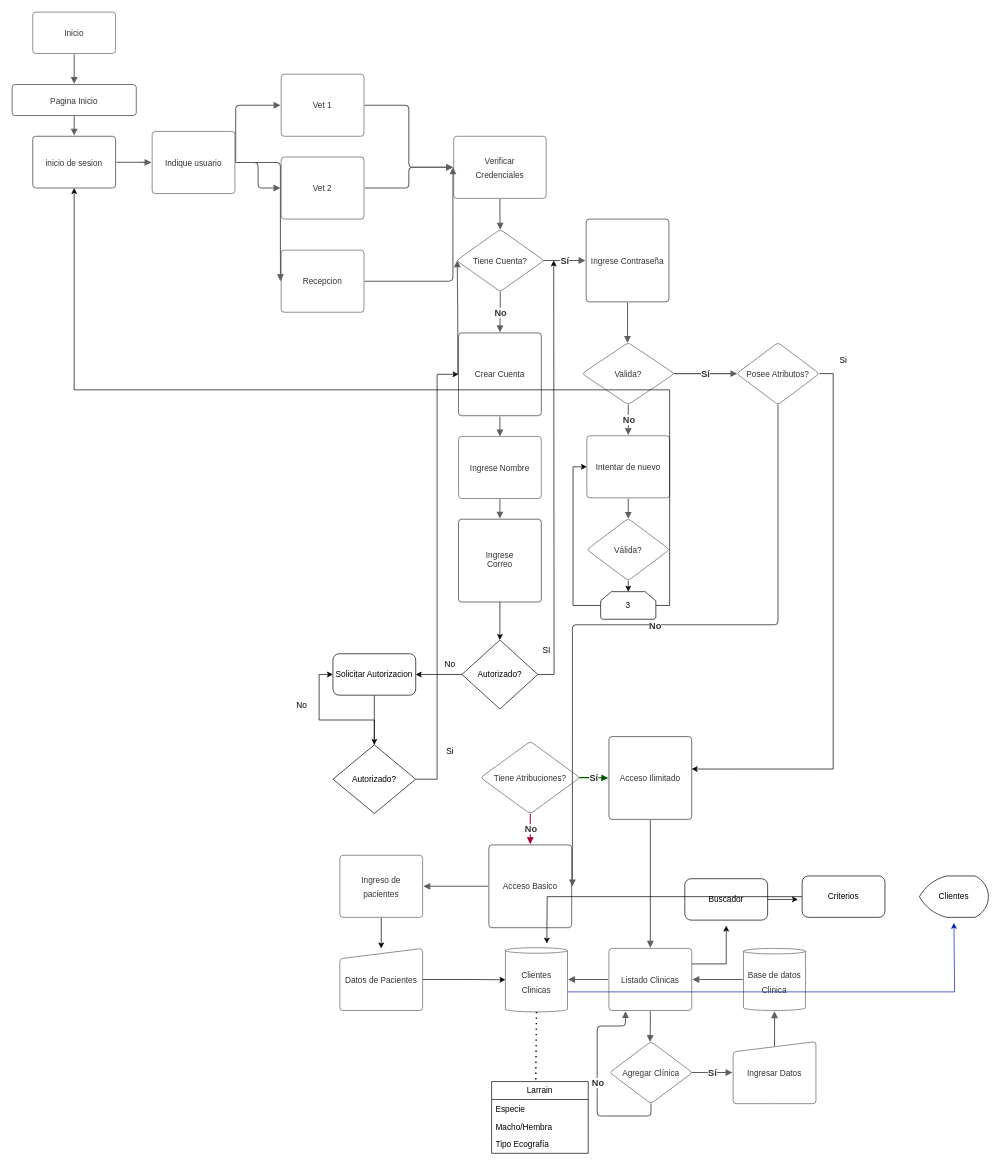
Earlier version of the draw.io diagram Diagrama sin título.drawio (MauroCCampos/Petsitter-Spa). Source tidied: cells renumbered, new cells numbered last; positions are measured from the earlier drawing's top-left corner, leaving out a move shared by most shapes. Both pictures are drawn from the tidied source at 69%, with x=0, y=0 at pixel (12, 12).
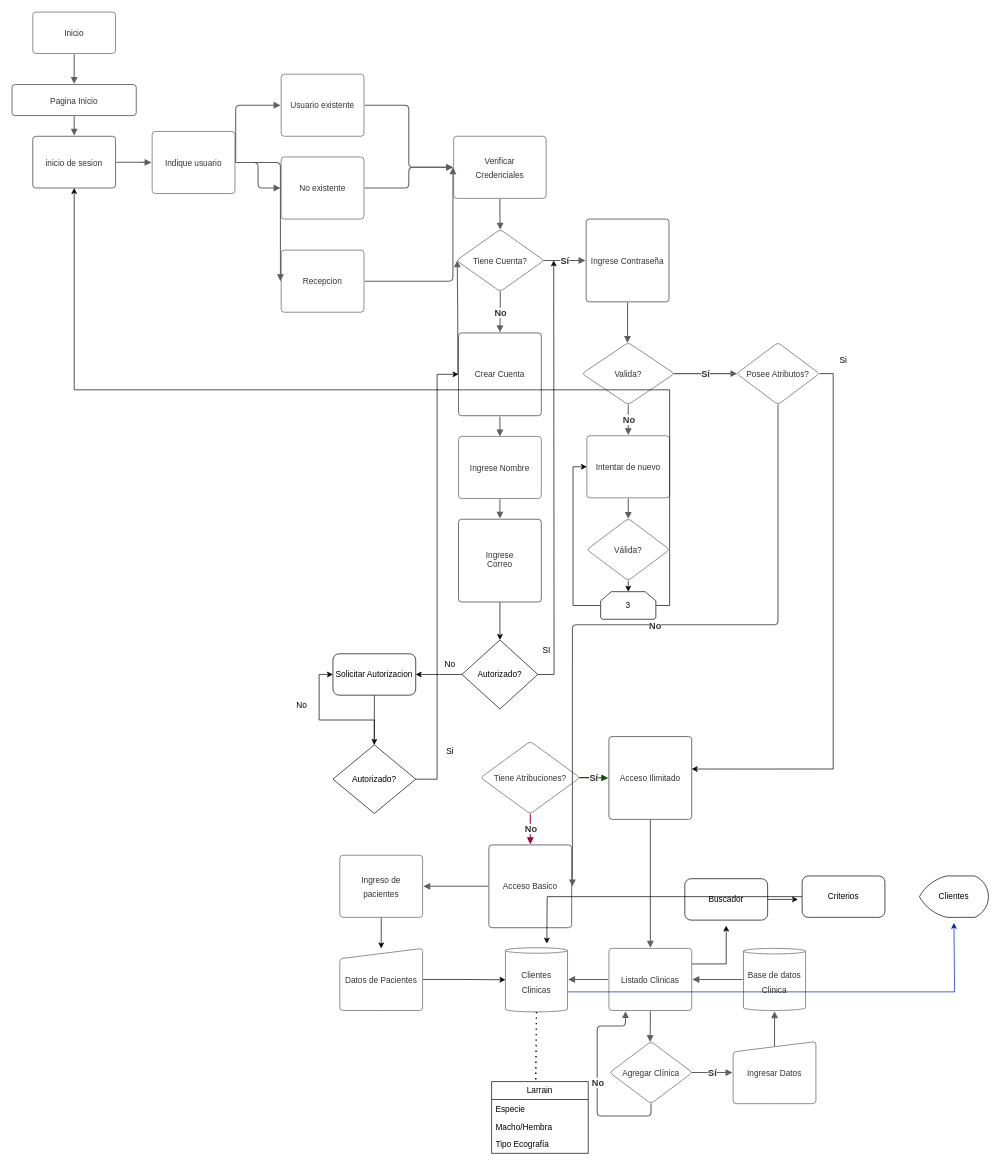
Above is the later version.

Diff of the diagram source:
```diff
@@
-    <mxCell id="26" value="&lt;font style=&quot;font-size: 12px;&quot;&gt;Vet 1&lt;/font&gt;" style="html=1;overflow=block;blockSpacing=1;whiteSpace=wrap;fontSize=16.7;fontColor=#333333;align=center;spacing=9;strokeColor=#5e5e5e;strokeOpacity=100;rounded=1;absoluteArcSize=1;arcSize=9;strokeWidth=1;lucidId=TE8_JQUJnzji;" parent="1" vertex="1">
+    <mxCell id="26" value="&lt;font style=&quot;font-size: 12px;&quot;&gt;Usuario existente&lt;/font&gt;" style="html=1;overflow=block;blockSpacing=1;whiteSpace=wrap;fontSize=16.7;fontColor=#333333;align=center;spacing=9;strokeColor=#5e5e5e;strokeOpacity=100;rounded=1;absoluteArcSize=1;arcSize=9;strokeWidth=1;lucidId=TE8_JQUJnzji;" parent="1" vertex="1">
       <mxGeometry x="390" y="90" width="120" height="90" as="geometry" />
     </mxCell>
-    <mxCell id="27" value="&lt;font style=&quot;font-size: 12px;&quot;&gt;Vet 2&lt;/font&gt;" style="html=1;overflow=block;blockSpacing=1;whiteSpace=wrap;fontSize=16.7;fontColor=#333333;align=center;spacing=9;strokeColor=#5e5e5e;strokeOpacity=100;rounded=1;absoluteArcSize=1;arcSize=9;strokeWidth=1;lucidId=6E8_PS.5.Md6;" parent="1" vertex="1">
+    <mxCell id="27" value="&lt;font style=&quot;font-size: 12px;&quot;&gt;No existente&lt;/font&gt;" style="html=1;overflow=block;blockSpacing=1;whiteSpace=wrap;fontSize=16.7;fontColor=#333333;align=center;spacing=9;strokeColor=#5e5e5e;strokeOpacity=100;rounded=1;absoluteArcSize=1;arcSize=9;strokeWidth=1;lucidId=6E8_PS.5.Md6;" parent="1" vertex="1">
       <mxGeometry x="390" y="210" width="120" height="90" as="geometry" />
     </mxCell>
```
